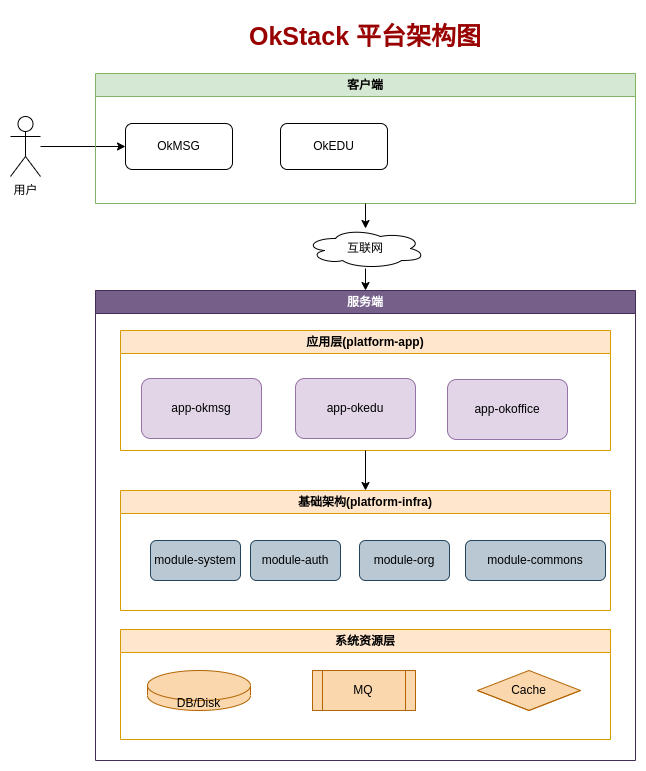
Above: docs/assets/soft-arch.png in okstar-org/ok-stack-backend (draw.io), before the change. Source tidied: cells renumbered, new cells last; positions are measured from the earlier drawing's top-left corner, leaving out a move shared by most shapes. The source it was exported from:
```xml
<mxGraphModel>
  <root>
    <mxCell id="0" />
    <mxCell id="1" parent="0" />
    <mxCell id="2" style="edgeStyle=orthogonalEdgeStyle;rounded=0;jettySize=auto;html=1;entryX=0;entryY=0.5;entryDx=0;entryDy=0;" parent="1" edge="1" source="3" target="5">
      <mxGeometry relative="1" as="geometry" />
    </mxCell>
    <mxCell id="3" value="用户" style="shape=umlActor;verticalLabelPosition=bottom;verticalAlign=top;html=1;outlineConnect=0;" parent="1" vertex="1">
      <mxGeometry y="106" width="30" height="60" as="geometry" />
    </mxCell>
    <mxCell id="4" value="客户端" style="swimlane;whiteSpace=wrap;html=1;fillColor=#d5e8d4;strokeColor=#82b366;" parent="1" vertex="1">
      <mxGeometry x="85" y="63" width="540" height="130" as="geometry" />
    </mxCell>
    <mxCell id="5" value="OkMSG" style="rounded=1;whiteSpace=wrap;html=1;" parent="4" vertex="1">
      <mxGeometry x="30" y="50" width="107" height="46" as="geometry" />
    </mxCell>
    <mxCell id="6" value="OkEDU" style="rounded=1;whiteSpace=wrap;html=1;" parent="4" vertex="1">
      <mxGeometry x="185" y="50" width="107" height="46" as="geometry" />
    </mxCell>
    <mxCell id="7" value="OkStack 平台架构图" style="text;html=1;align=center;verticalAlign=middle;whiteSpace=wrap;rounded=0;fontStyle=1;fontSize=25;fontColor=#990000;" parent="1" vertex="1">
      <mxGeometry x="110" width="490" height="50" as="geometry" />
    </mxCell>
    <mxCell id="8" value="服务端" style="swimlane;whiteSpace=wrap;html=1;fillColor=#76608a;strokeColor=#432D57;fontColor=#ffffff;" parent="1" vertex="1">
      <mxGeometry x="85" y="280" width="540" height="470" as="geometry" />
    </mxCell>
    <mxCell id="9" value="应用层(platform-app)" style="swimlane;whiteSpace=wrap;html=1;startSize=23;fillColor=#ffe6cc;strokeColor=#d79b00;" parent="8" vertex="1">
      <mxGeometry x="25" y="40" width="490" height="120" as="geometry" />
    </mxCell>
    <mxCell id="10" value="app-okmsg" style="rounded=1;whiteSpace=wrap;html=1;fillColor=#e1d5e7;strokeColor=#9673a6;" parent="9" vertex="1">
      <mxGeometry x="21" y="48" width="120" height="60" as="geometry" />
    </mxCell>
    <mxCell id="11" value="app-okedu" style="rounded=1;whiteSpace=wrap;html=1;fillColor=#e1d5e7;strokeColor=#9673a6;" parent="9" vertex="1">
      <mxGeometry x="175" y="48" width="120" height="60" as="geometry" />
    </mxCell>
    <mxCell id="12" value="app-okoffice" style="rounded=1;whiteSpace=wrap;html=1;fillColor=#e1d5e7;strokeColor=#9673a6;" parent="9" vertex="1">
      <mxGeometry x="327" y="49" width="120" height="60" as="geometry" />
    </mxCell>
    <mxCell id="13" value="基础架构(platform-infra)" style="swimlane;whiteSpace=wrap;html=1;fillColor=#ffe6cc;strokeColor=#d79b00;" parent="8" vertex="1">
      <mxGeometry x="25" y="200" width="490" height="120" as="geometry" />
    </mxCell>
    <mxCell id="14" value="module-system" style="rounded=1;whiteSpace=wrap;html=1;fillColor=#bac8d3;strokeColor=#23445d;" parent="13" vertex="1">
      <mxGeometry x="30" y="50" width="90" height="40" as="geometry" />
    </mxCell>
    <mxCell id="15" value="module-org" style="rounded=1;whiteSpace=wrap;html=1;fillColor=#bac8d3;strokeColor=#23445d;" parent="13" vertex="1">
      <mxGeometry x="239" y="50" width="90" height="40" as="geometry" />
    </mxCell>
    <mxCell id="16" value="module-commons" style="rounded=1;whiteSpace=wrap;html=1;fillColor=#bac8d3;strokeColor=#23445d;" parent="13" vertex="1">
      <mxGeometry x="345" y="50" width="140" height="40" as="geometry" />
    </mxCell>
    <mxCell id="17" value="module-auth" style="rounded=1;whiteSpace=wrap;html=1;fillColor=#bac8d3;strokeColor=#23445d;" parent="13" vertex="1">
      <mxGeometry x="130" y="50" width="90" height="40" as="geometry" />
    </mxCell>
    <mxCell id="18" value="系统资源层" style="swimlane;whiteSpace=wrap;html=1;fillColor=#ffe6cc;strokeColor=#d79b00;" parent="8" vertex="1">
      <mxGeometry x="25" y="339" width="490" height="110" as="geometry" />
    </mxCell>
    <mxCell id="19" value="Cache" style="html=1;whiteSpace=wrap;shape=isoCube2;backgroundOutline=1;isoAngle=15;fillColor=#fad7ac;strokeColor=#b46504;" parent="18" vertex="1">
      <mxGeometry x="357" y="41" width="103" height="40" as="geometry" />
    </mxCell>
    <mxCell id="20" value="DB/Disk" style="shape=cylinder3;whiteSpace=wrap;html=1;boundedLbl=1;backgroundOutline=1;size=15;fillColor=#fad7ac;strokeColor=#b46504;" parent="18" vertex="1">
      <mxGeometry x="27" y="41" width="103" height="40" as="geometry" />
    </mxCell>
    <mxCell id="21" value="MQ" style="shape=process;whiteSpace=wrap;html=1;backgroundOutline=1;fillColor=#fad7ac;strokeColor=#b46504;" parent="18" vertex="1">
      <mxGeometry x="192" y="41" width="103" height="40" as="geometry" />
    </mxCell>
    <mxCell id="22" style="edgeStyle=orthogonalEdgeStyle;rounded=0;jettySize=auto;html=1;entryX=0.5;entryY=0;entryDx=0;entryDy=0;" parent="8" edge="1" source="9" target="13">
      <mxGeometry relative="1" as="geometry" />
    </mxCell>
    <mxCell id="23" style="edgeStyle=orthogonalEdgeStyle;rounded=0;jettySize=auto;html=1;" parent="1" edge="1" source="4" target="25">
      <mxGeometry relative="1" as="geometry" />
    </mxCell>
    <mxCell id="24" style="edgeStyle=orthogonalEdgeStyle;rounded=0;jettySize=auto;html=1;" parent="1" edge="1" source="25" target="8">
      <mxGeometry relative="1" as="geometry" />
    </mxCell>
    <mxCell id="25" value="互联网" style="ellipse;shape=cloud;whiteSpace=wrap;html=1;" parent="1" vertex="1">
      <mxGeometry x="295" y="218" width="120" height="40" as="geometry" />
    </mxCell>
  </root>
</mxGraphModel>
```
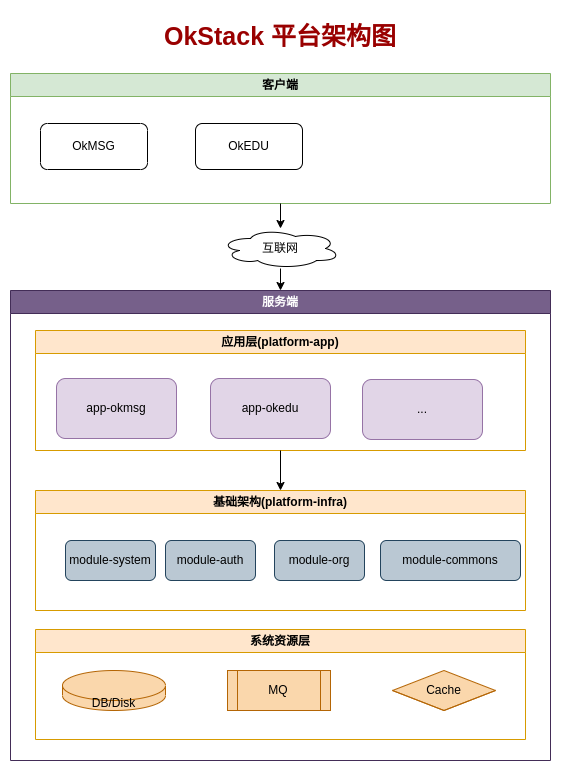
The same file after the commit.

Change to the diagram source:
```diff
@@ -2,12 +2,6 @@
   <root>
     <mxCell id="0" />
     <mxCell id="1" parent="0" />
-    <mxCell id="2" style="edgeStyle=orthogonalEdgeStyle;rounded=0;jettySize=auto;html=1;entryX=0;entryY=0.5;entryDx=0;entryDy=0;" parent="1" edge="1" source="3" target="5">
-      <mxGeometry relative="1" as="geometry" />
-    </mxCell>
-    <mxCell id="3" value="用户" style="shape=umlActor;verticalLabelPosition=bottom;verticalAlign=top;html=1;outlineConnect=0;" parent="1" vertex="1">
-      <mxGeometry y="106" width="30" height="60" as="geometry" />
-    </mxCell>
     <mxCell id="4" value="客户端" style="swimlane;whiteSpace=wrap;html=1;fillColor=#d5e8d4;strokeColor=#82b366;" parent="1" vertex="1">
       <mxGeometry x="85" y="63" width="540" height="130" as="geometry" />
     </mxCell>
@@ -32,7 +26,7 @@
     <mxCell id="11" value="app-okedu" style="rounded=1;whiteSpace=wrap;html=1;fillColor=#e1d5e7;strokeColor=#9673a6;" parent="9" vertex="1">
       <mxGeometry x="175" y="48" width="120" height="60" as="geometry" />
     </mxCell>
-    <mxCell id="12" value="app-okoffice" style="rounded=1;whiteSpace=wrap;html=1;fillColor=#e1d5e7;strokeColor=#9673a6;" parent="9" vertex="1">
+    <mxCell id="12" value="..." style="rounded=1;whiteSpace=wrap;html=1;fillColor=#e1d5e7;strokeColor=#9673a6;" parent="9" vertex="1">
       <mxGeometry x="327" y="49" width="120" height="60" as="geometry" />
     </mxCell>
     <mxCell id="13" value="基础架构(platform-infra)" style="swimlane;whiteSpace=wrap;html=1;fillColor=#ffe6cc;strokeColor=#d79b00;" parent="8" vertex="1">
```
